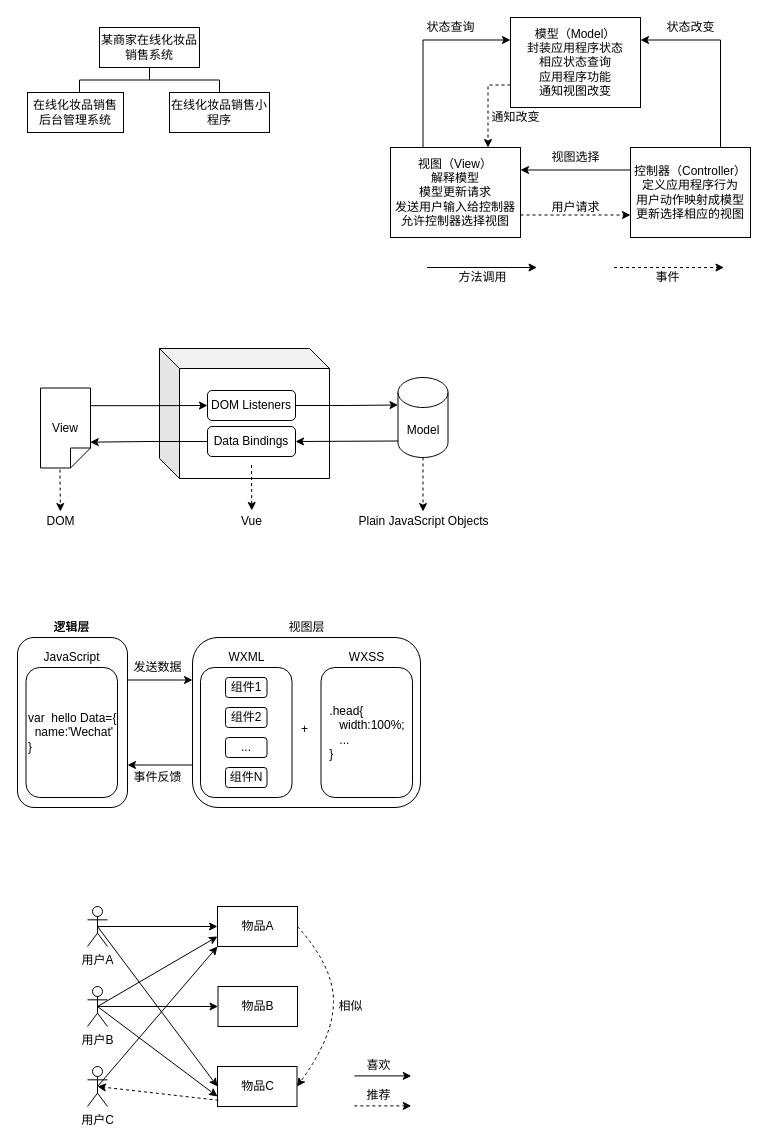
The draw.io diagram page "MVC 系统架构" (8 of 23) of Untitled Diagram.drawio in hongkingking/hkk, before the edit. Source tidied: cells renumbered, new cells numbered last; positions are measured from the earlier drawing's top-left corner, leaving out a move shared by most shapes. Both pictures are drawn from the tidied source at 100%, with x=0, y=0 at pixel (17, 17).
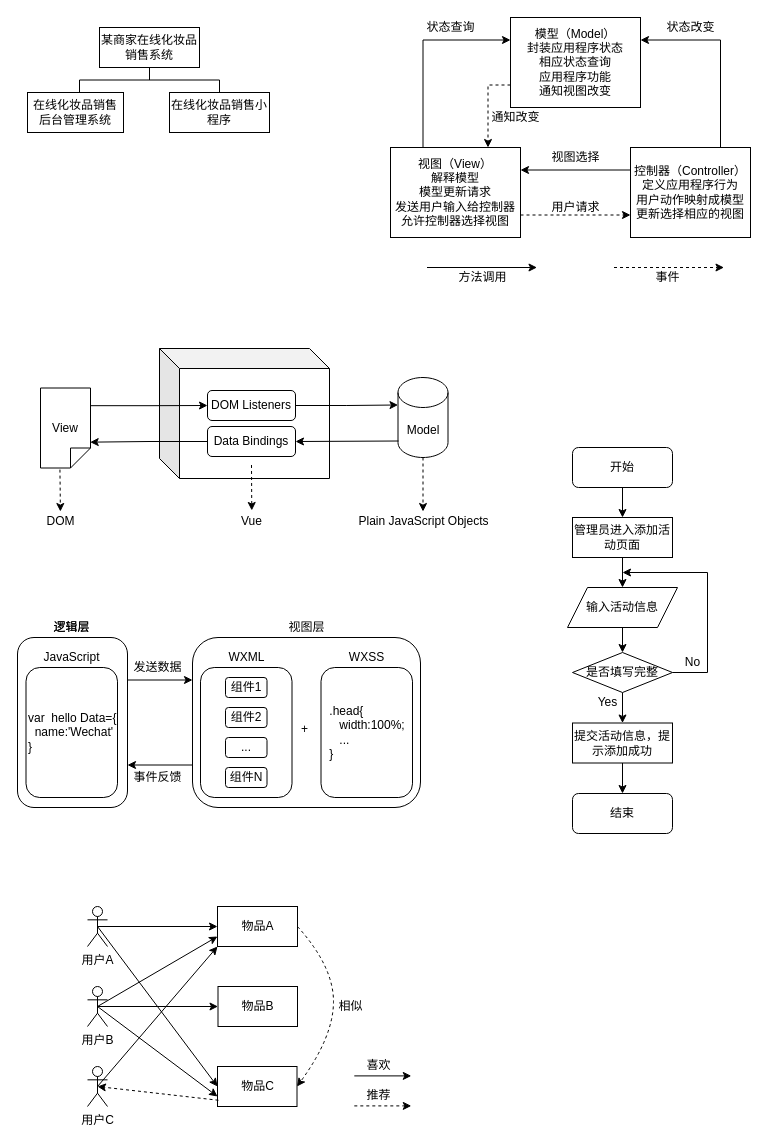
The same page after the edit.

Change to the diagram source:
```diff
@@
+    <mxCell id="77" style="edgeStyle=orthogonalEdgeStyle;rounded=0;jettySize=auto;html=1;entryX=0.5;entryY=0;entryDx=0;entryDy=0;startArrow=none;startFill=0;endArrow=classic;endFill=1;" parent="1" edge="1" source="78" target="80">
+      <mxGeometry relative="1" as="geometry" />
+    </mxCell>
+    <mxCell id="78" value="开始" style="rounded=1;whiteSpace=wrap;html=1;strokeWidth=1;" parent="1" vertex="1">
+      <mxGeometry x="555" y="430" width="100" height="40" as="geometry" />
+    </mxCell>
+    <mxCell id="79" style="edgeStyle=orthogonalEdgeStyle;rounded=0;jettySize=auto;html=1;exitX=0.5;exitY=1;exitDx=0;exitDy=0;entryX=0.5;entryY=0;entryDx=0;entryDy=0;startArrow=none;startFill=0;endArrow=classic;endFill=1;" parent="1" edge="1" source="80" target="82">
+      <mxGeometry relative="1" as="geometry" />
+    </mxCell>
+    <mxCell id="80" value="管理员进入添加活动页面" style="rounded=0;whiteSpace=wrap;html=1;strokeWidth=1;" parent="1" vertex="1">
+      <mxGeometry x="555" y="500" width="100" height="40" as="geometry" />
+    </mxCell>
+    <mxCell id="81" style="edgeStyle=orthogonalEdgeStyle;rounded=0;jettySize=auto;html=1;exitX=0.5;exitY=1;exitDx=0;exitDy=0;endArrow=classic;endFill=1;" parent="1" edge="1" source="82" target="85">
+      <mxGeometry relative="1" as="geometry" />
+    </mxCell>
+    <mxCell id="82" value="输入活动信息" style="shape=parallelogram;perimeter=parallelogramPerimeter;whiteSpace=wrap;html=1;fixedSize=1;strokeWidth=1;" parent="1" vertex="1">
+      <mxGeometry x="550" y="570" width="110" height="40" as="geometry" />
+    </mxCell>
+    <mxCell id="83" style="edgeStyle=orthogonalEdgeStyle;rounded=0;jettySize=auto;html=1;exitX=0.5;exitY=1;exitDx=0;exitDy=0;" parent="1" edge="1" source="85" target="87">
+      <mxGeometry relative="1" as="geometry" />
+    </mxCell>
+    <mxCell id="84" style="edgeStyle=orthogonalEdgeStyle;rounded=0;jettySize=auto;html=1;exitX=1;exitY=0.5;exitDx=0;exitDy=0;endArrow=classic;endFill=1;" parent="1" edge="1" source="85">
+      <mxGeometry relative="1" as="geometry">
+        <mxPoint x="605" y="555" as="targetPoint" />
+        <Array as="points">
+          <mxPoint x="690" y="655" />
+          <mxPoint x="690" y="555" />
+        </Array>
+      </mxGeometry>
+    </mxCell>
+    <mxCell id="85" value="是否填写完整" style="rhombus;whiteSpace=wrap;html=1;strokeWidth=1;" parent="1" vertex="1">
+      <mxGeometry x="555" y="635" width="100" height="40" as="geometry" />
+    </mxCell>
+    <mxCell id="86" style="edgeStyle=orthogonalEdgeStyle;rounded=0;jettySize=auto;html=1;exitX=0.5;exitY=1;exitDx=0;exitDy=0;entryX=0.5;entryY=0;entryDx=0;entryDy=0;startArrow=none;startFill=0;endArrow=classic;endFill=1;" parent="1" edge="1" source="87" target="88">
+      <mxGeometry relative="1" as="geometry" />
+    </mxCell>
+    <mxCell id="87" value="提交活动信息，提示添加成功" style="rounded=0;whiteSpace=wrap;html=1;strokeWidth=1;" parent="1" vertex="1">
+      <mxGeometry x="555" y="705.5" width="100" height="40" as="geometry" />
+    </mxCell>
+    <mxCell id="88" value="结束" style="rounded=1;whiteSpace=wrap;html=1;strokeWidth=1;" parent="1" vertex="1">
+      <mxGeometry x="555" y="776" width="100" height="40" as="geometry" />
+    </mxCell>
+    <mxCell id="89" value="Yes" style="text;html=1;align=center;verticalAlign=middle;strokeColor=none;fillColor=none;" parent="1" vertex="1">
+      <mxGeometry x="575" y="675" width="30" height="20" as="geometry" />
+    </mxCell>
+    <mxCell id="90" value="No" style="text;html=1;align=center;verticalAlign=middle;strokeColor=none;fillColor=none;" parent="1" vertex="1">
+      <mxGeometry x="660" y="635" width="30" height="20" as="geometry" />
+    </mxCell>
```
